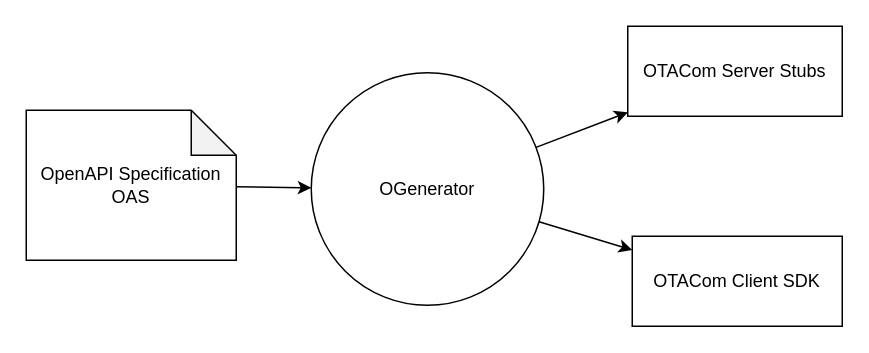
Above: page "context" (1 of 3) of 2.docs/2.diagrams/whiteboard.drawio in GjergjiSh/master-thesis (draw.io), before the change. Source tidied: cells renumbered, new cells numbered last; positions are measured from the earlier drawing's top-left corner, leaving out a move shared by most shapes. Both pictures are drawn from the tidied source at 150%, with x=0, y=0 at pixel (26, 26).
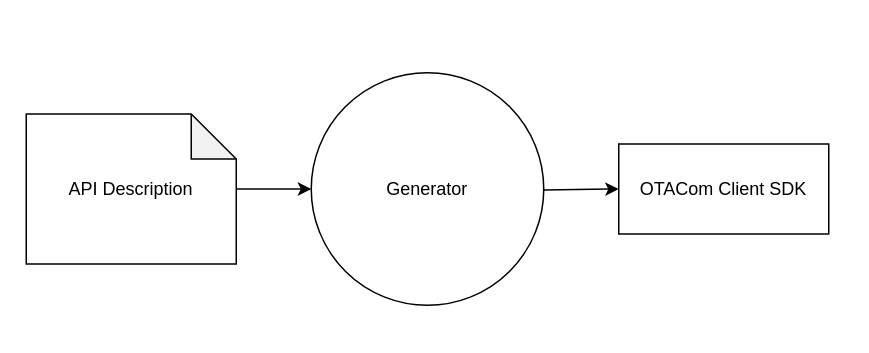
The same page after the edit.

Diff of the diagram source:
```diff
@@
 <mxGraphModel>
   <root>
     <mxCell id="0" />
     <mxCell id="1" parent="0" />
     <mxCell id="2" value="OTACom Client SDK" style="rounded=0;whiteSpace=wrap;html=1;" parent="1" vertex="1">
-      <mxGeometry x="404" y="140" width="140" height="60" as="geometry" />
+      <mxGeometry x="395" y="78.5" width="140" height="60" as="geometry" />
     </mxCell>
     <mxCell id="3" style="edgeStyle=none;html=1;" parent="1" edge="1" source="5" target="2">
       <mxGeometry relative="1" as="geometry" />
     </mxCell>
-    <mxCell id="4" style="edgeStyle=none;html=1;" parent="1" edge="1" source="5" target="8">
-      <mxGeometry relative="1" as="geometry" />
-    </mxCell>
-    <mxCell id="5" value="OGenerator" style="ellipse;whiteSpace=wrap;html=1;" parent="1" vertex="1">
+    <mxCell id="5" value="Generator" style="ellipse;whiteSpace=wrap;html=1;" parent="1" vertex="1">
       <mxGeometry x="190" y="31" width="155" height="155" as="geometry" />
     </mxCell>
     <mxCell id="6" style="edgeStyle=none;html=1;" parent="1" edge="1" source="7" target="5">
       <mxGeometry relative="1" as="geometry" />
     </mxCell>
-    <mxCell id="7" value="OpenAPI Specification&lt;br style=&quot;border-color: var(--border-color);&quot;&gt;OAS" style="shape=note;whiteSpace=wrap;html=1;backgroundOutline=1;darkOpacity=0.05;" parent="1" vertex="1">
-      <mxGeometry y="56" width="140" height="100" as="geometry" />
+    <mxCell id="7" value="API Description" style="shape=note;whiteSpace=wrap;html=1;backgroundOutline=1;darkOpacity=0.05;" parent="1" vertex="1">
+      <mxGeometry y="58.5" width="140" height="100" as="geometry" />
     </mxCell>
-    <mxCell id="8" value="OTACom Server Stubs" style="rounded=0;whiteSpace=wrap;html=1;" parent="1" vertex="1">
-      <mxGeometry x="401" width="143" height="60" as="geometry" />
-    </mxCell>
   </root>
 </mxGraphModel>
```
